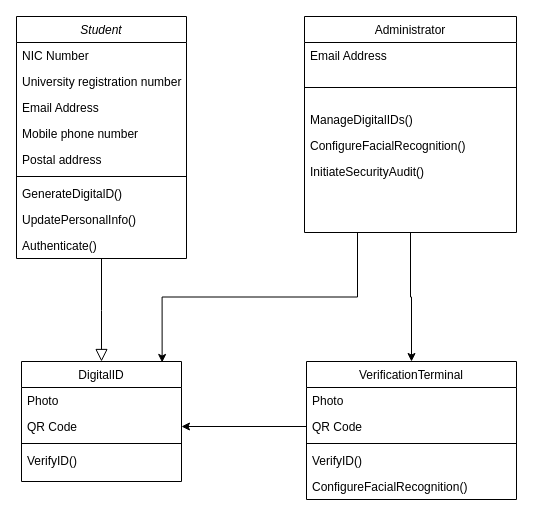
Before: Untitled Diagram.drawio in lahirub99/Computer-Security-CA, a draw.io diagram. Source tidied: cells renumbered, new cells numbered last; positions are measured from the earlier drawing's top-left corner, leaving out a move shared by most shapes. Both pictures are drawn from the tidied source at 100%, with x=0, y=0 at pixel (16, 16).
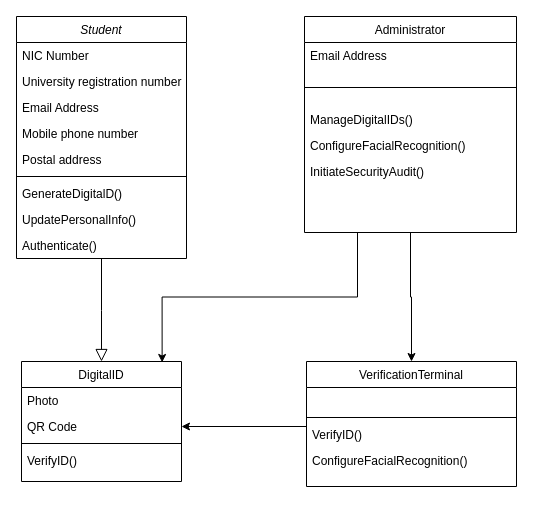
The same diagram, later.

Unchanged cells that the change refers to:
```xml
<mxCell id="14" value="QR Code" style="text;align=left;verticalAlign=top;spacingLeft=4;spacingRight=4;overflow=hidden;points=[[0,0.5],[1,0.5]];portConstraint=eastwest;rounded=0;shadow=0;html=0;" parent="12" vertex="1">
  <mxGeometry y="52" width="160" height="26" as="geometry" />
</mxCell>
```

The edit, as a diff of the source:
```diff
@@
     <mxCell id="25" value="VerificationTerminal" style="swimlane;fontStyle=0;align=center;verticalAlign=top;horizontal=1;startSize=26;rounded=0;shadow=0;strokeWidth=1;" parent="1" vertex="1">
-      <mxGeometry x="290" y="345" width="210" height="138" as="geometry" />
+      <mxGeometry x="290" y="345" width="210" height="125" as="geometry" />
     </mxCell>
-    <mxCell id="26" value="Photo" style="text;align=left;verticalAlign=top;spacingLeft=4;spacingRight=4;overflow=hidden;" parent="25" vertex="1">
-      <mxGeometry y="26" width="210" height="26" as="geometry" />
-    </mxCell>
-    <mxCell id="27" value="QR Code" style="text;align=left;verticalAlign=top;spacingLeft=4;spacingRight=4;overflow=hidden;points=[[0,0.5],[1,0.5]];portConstraint=eastwest;rounded=0;shadow=0;html=0;" parent="25" vertex="1">
-      <mxGeometry y="52" width="210" height="26" as="geometry" />
+    <mxCell id="27" value="   " style="text;align=left;verticalAlign=top;spacingLeft=4;spacingRight=4;overflow=hidden;points=[[0,0.5],[1,0.5]];portConstraint=eastwest;rounded=0;shadow=0;html=0;" parent="25" vertex="1">
+      <mxGeometry y="26" width="210" height="26" as="geometry" />
     </mxCell>
     <mxCell id="28" style="line;html=1;strokeWidth=1;align=left;verticalAlign=middle;spacingTop=-1;spacingLeft=3;spacingRight=3;labelPosition=right;" parent="25" vertex="1">
-      <mxGeometry y="78" width="210" height="8" as="geometry" />
+      <mxGeometry y="52" width="210" height="8" as="geometry" />
     </mxCell>
     <mxCell id="29" value="VerifyID()" style="text;align=left;verticalAlign=top;spacingLeft=4;spacingRight=4;overflow=hidden;fontStyle=0;" parent="25" vertex="1">
-      <mxGeometry y="86" width="210" height="26" as="geometry" />
+      <mxGeometry y="60" width="210" height="26" as="geometry" />
     </mxCell>
     <mxCell id="30" value="ConfigureFacialRecognition()" style="text;align=left;verticalAlign=top;spacingLeft=4;spacingRight=4;overflow=hidden;fontStyle=0;" parent="25" vertex="1">
-      <mxGeometry y="112" width="210" height="26" as="geometry" />
+      <mxGeometry y="86" width="210" height="26" as="geometry" />
     </mxCell>
@@
     <mxCell id="32" style="edgeStyle=orthogonalEdgeStyle;rounded=0;jettySize=auto;html=1;exitX=0;exitY=0.5;exitDx=0;exitDy=0;entryX=1;entryY=0.5;entryDx=0;entryDy=0;" parent="1" edge="1" source="27" target="14">
-      <mxGeometry relative="1" as="geometry" />
+      <mxGeometry relative="1" as="geometry">
+        <Array as="points">
+          <mxPoint x="290" y="410" />
+        </Array>
+      </mxGeometry>
     </mxCell>
```
